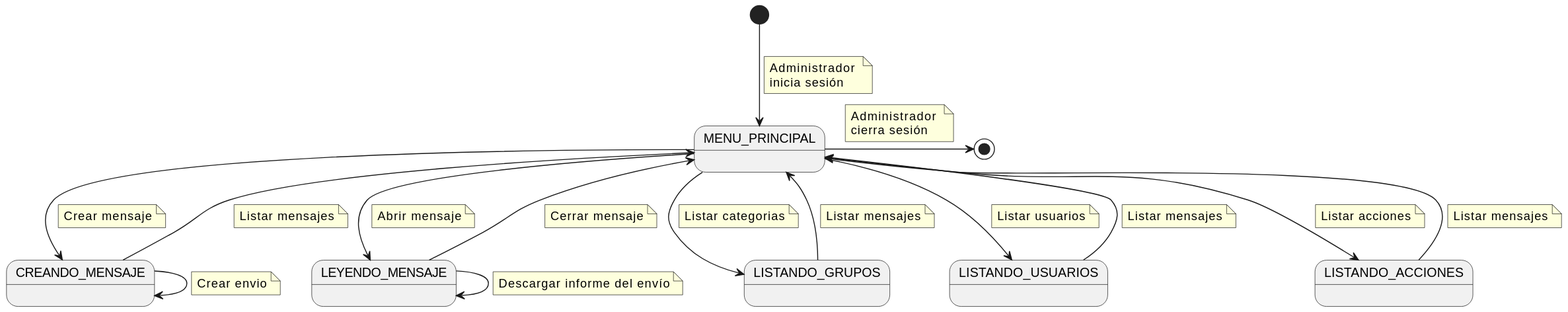
mmasias/24-25-IdSw1-SDR keeps this PlantUML diagram as docs/casosDeUso/diagramaDeContexto/DiagramaDeContextoAdministrador/diagramaContextoAdministrador.svg. Above is the earlier version.
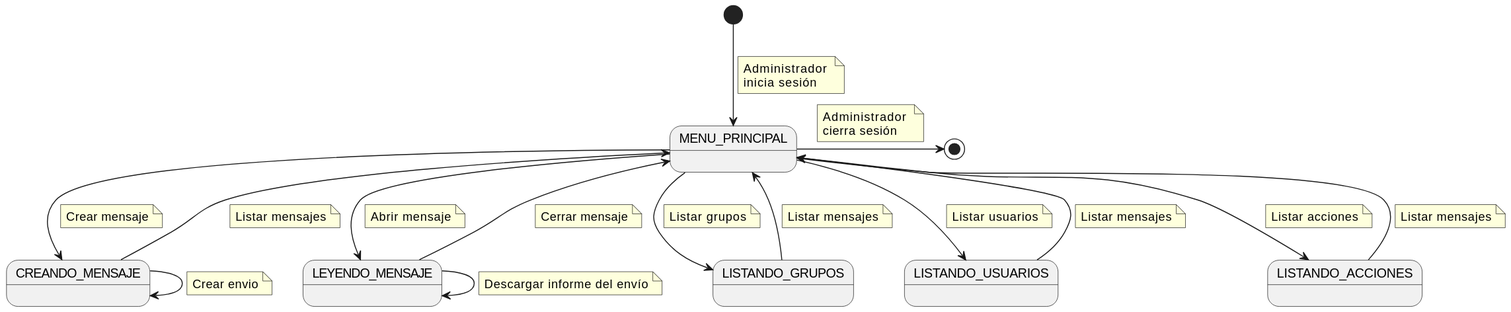
Above is the later version.

Diff of the diagram source:
```diff
@@ -50,7 +50,7 @@
 
 MenuPrincipal --> Grupos
     note on link
-        Listar categorias
+        Listar grupos
     end note
 
 Grupos --> MenuPrincipal
```
